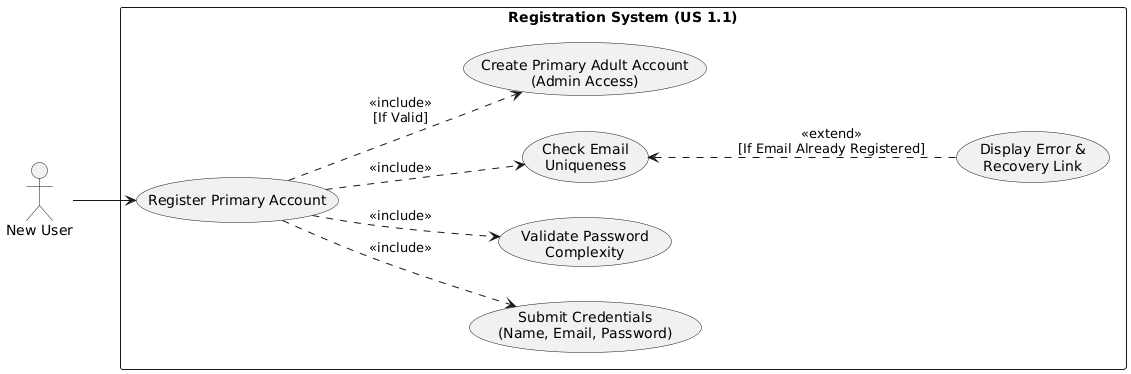
The PlantUML diagram Diagrams/Use Case/1.1/1.png in CachePay/docs, before a commit. Its diagram source:
```plantuml
@startuml
left to right direction
skinparam packageStyle rectangle

actor "New User" as User

rectangle "Registration System (US 1.1)" {
  usecase "Register Primary Account" as UC_Register
  usecase "Submit Credentials\n(Name, Email, Password)" as UC_Input
  usecase "Validate Password\nComplexity" as UC_PassCheck
  usecase "Check Email\nUniqueness" as UC_EmailCheck
  usecase "Display Error &\nRecovery Link" as UC_Error
  usecase "Create Primary Adult Account\n(Admin Access)" as UC_Success
}

User --> UC_Register

UC_Register ..> UC_Input : <<include>>
UC_Register ..> UC_PassCheck : <<include>>
UC_Register ..> UC_EmailCheck : <<include>>
UC_Register ..> UC_Success : <<include>>\n[If Valid]

UC_EmailCheck <.. UC_Error : <<extend>>\n[If Email Already Registered]
@enduml
```
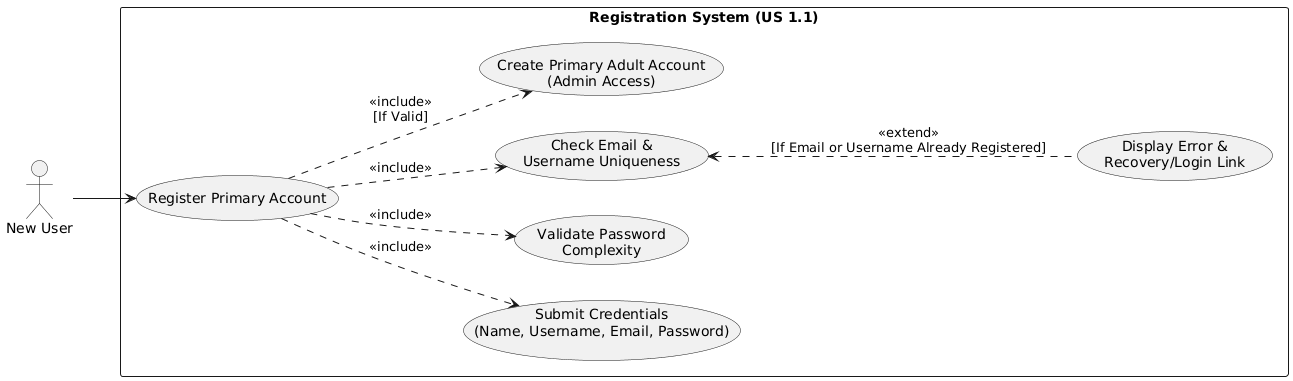
Above is the later version.

Change to the diagram source:
```diff
@@ -6,10 +6,10 @@
 
 rectangle "Registration System (US 1.1)" {
   usecase "Register Primary Account" as UC_Register
-  usecase "Submit Credentials\n(Name, Email, Password)" as UC_Input
+  usecase "Submit Credentials\n(Name, Username, Email, Password)" as UC_Input
   usecase "Validate Password\nComplexity" as UC_PassCheck
-  usecase "Check Email\nUniqueness" as UC_EmailCheck
-  usecase "Display Error &\nRecovery Link" as UC_Error
+  usecase "Check Email &\nUsername Uniqueness" as UC_Uniqueness
+  usecase "Display Error &\nRecovery/Login Link" as UC_Error
   usecase "Create Primary Adult Account\n(Admin Access)" as UC_Success
 }
 
@@ -17,8 +17,8 @@
 
 UC_Register ..> UC_Input : <<include>>
 UC_Register ..> UC_PassCheck : <<include>>
-UC_Register ..> UC_EmailCheck : <<include>>
+UC_Register ..> UC_Uniqueness : <<include>>
 UC_Register ..> UC_Success : <<include>>\n[If Valid]
 
-UC_EmailCheck <.. UC_Error : <<extend>>\n[If Email Already Registered]
+UC_Uniqueness <.. UC_Error : <<extend>>\n[If Email or Username Already Registered]
 @enduml
```
